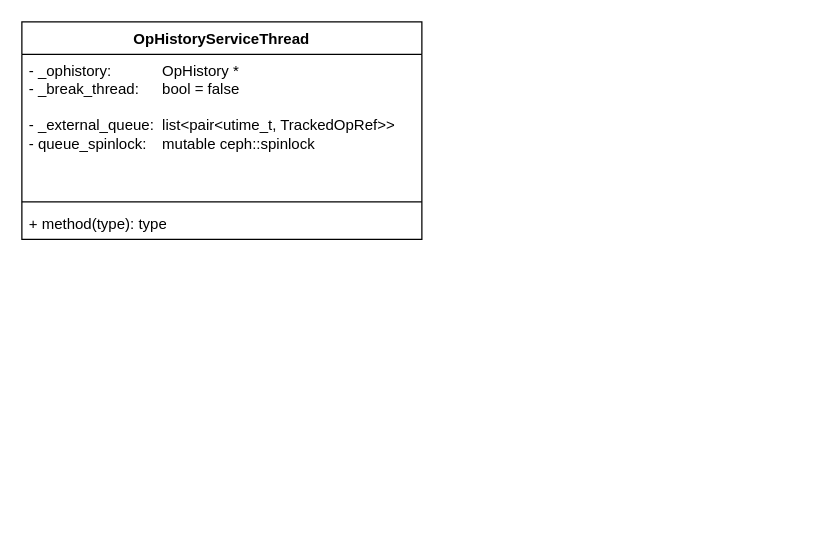
1253757553/drawIO keeps this draw.io diagram as OpTracker.drawio. Above is the earlier version. Source tidied: cells renumbered, new cells numbered last; positions are measured from the earlier drawing's top-left corner, leaving out a move shared by most shapes. Both pictures are drawn from the tidied source at 125%, with x=0, y=0 at pixel (21, 21).
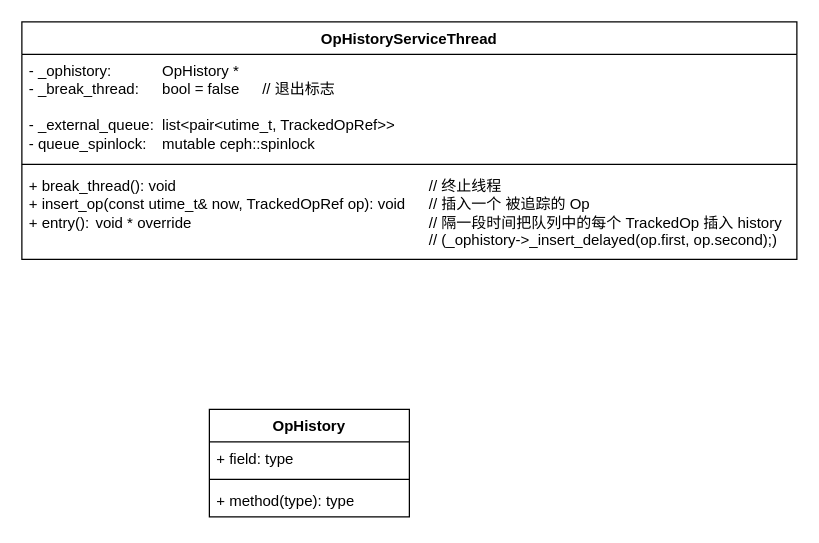
The same page after the edit.

Diff of the diagram source:
```diff
@@
 <mxGraphModel>
   <root>
     <mxCell id="0" />
     <mxCell id="1" parent="0" />
     <mxCell id="2" value="OpHistoryServiceThread" style="swimlane;fontStyle=1;align=center;verticalAlign=top;horizontal=1;startSize=26;whiteSpace=wrap;html=1;" parent="1" vertex="1">
-      <mxGeometry width="320" height="174" as="geometry" />
+      <mxGeometry width="620" height="190" as="geometry" />
     </mxCell>
-    <mxCell id="3" value="- _ophistory: &lt;span style=&quot;white-space: pre;&quot;&gt;&#9;&lt;/span&gt;&lt;span style=&quot;white-space: pre;&quot;&gt;&#9;&lt;/span&gt;OpHistory *&lt;div&gt;-&amp;nbsp;_break_thread: &lt;span style=&quot;white-space: pre;&quot;&gt;&#9;&lt;/span&gt;bool = false&lt;/div&gt;&lt;div&gt;&lt;br&gt;&lt;/div&gt;&lt;div&gt;-&amp;nbsp;_external_queue:&amp;nbsp;&lt;span style=&quot;white-space: pre;&quot;&gt;&#9;&lt;/span&gt;list&amp;lt;pair&amp;lt;utime_t, TrackedOpRef&amp;gt;&amp;gt;&lt;/div&gt;&lt;div&gt;-&amp;nbsp;queue_spinlock:&amp;nbsp;&lt;span style=&quot;white-space: pre;&quot;&gt;&#9;&lt;/span&gt;mutable ceph::spinlock&lt;/div&gt;" style="text;strokeColor=none;fillColor=none;align=left;verticalAlign=top;spacingLeft=4;spacingRight=4;overflow=hidden;whiteSpace=wrap;html=1;" parent="2" vertex="1">
-      <mxGeometry y="26" width="320" height="114" as="geometry" />
+    <mxCell id="3" value="- _ophistory: &lt;span style=&quot;white-space: pre;&quot;&gt;&#9;&lt;/span&gt;&lt;span style=&quot;white-space: pre;&quot;&gt;&#9;&lt;/span&gt;OpHistory *&lt;div&gt;-&amp;nbsp;_break_thread: &lt;span style=&quot;white-space: pre;&quot;&gt;&#9;&lt;/span&gt;bool = false&lt;span style=&quot;white-space: pre;&quot;&gt;&#9;&lt;/span&gt;// 退出标志&lt;/div&gt;&lt;div&gt;&lt;br&gt;&lt;/div&gt;&lt;div&gt;-&amp;nbsp;_external_queue:&amp;nbsp;&lt;span style=&quot;white-space: pre;&quot;&gt;&#9;&lt;/span&gt;list&amp;lt;pair&amp;lt;utime_t, TrackedOpRef&amp;gt;&amp;gt;&lt;/div&gt;&lt;div&gt;-&amp;nbsp;queue_spinlock:&amp;nbsp;&lt;span style=&quot;white-space: pre;&quot;&gt;&#9;&lt;/span&gt;mutable ceph::spinlock&lt;/div&gt;" style="text;strokeColor=none;fillColor=none;align=left;verticalAlign=top;spacingLeft=4;spacingRight=4;overflow=hidden;whiteSpace=wrap;html=1;" parent="2" vertex="1">
+      <mxGeometry y="26" width="620" height="84" as="geometry" />
     </mxCell>
     <mxCell id="4" style="line;strokeWidth=1;fillColor=none;align=left;verticalAlign=middle;spacingTop=-1;spacingLeft=3;spacingRight=3;labelPosition=right;strokeColor=inherit;" parent="2" vertex="1">
-      <mxGeometry y="140" width="320" height="8" as="geometry" />
+      <mxGeometry y="110" width="620" height="8" as="geometry" />
     </mxCell>
-    <mxCell id="5" value="+ method(type): type" style="text;strokeColor=none;fillColor=none;align=left;verticalAlign=top;spacingLeft=4;spacingRight=4;overflow=hidden;whiteSpace=wrap;html=1;" parent="2" vertex="1">
-      <mxGeometry y="148" width="320" height="26" as="geometry" />
+    <mxCell id="5" value="+ break_thread(): void&lt;span style=&quot;white-space: pre;&quot;&gt;&#9;&lt;span style=&quot;white-space: pre;&quot;&gt;&#9;&lt;/span&gt;&lt;span style=&quot;white-space: pre;&quot;&gt;&#9;&lt;/span&gt;&lt;span style=&quot;white-space: pre;&quot;&gt;&#9;&lt;/span&gt;&lt;span style=&quot;white-space: pre;&quot;&gt;&#9;&lt;/span&gt;&lt;span style=&quot;white-space: pre;&quot;&gt;&#9;&lt;/span&gt;&lt;span style=&quot;white-space: pre;&quot;&gt;&#9;&lt;/span&gt;&lt;span style=&quot;white-space: pre;&quot;&gt;&#9;&lt;/span&gt;&lt;/span&gt;// 终止线程&lt;div&gt;+ insert_op(const utime_t&amp;amp; now, TrackedOpRef op): void&lt;span style=&quot;white-space: pre;&quot;&gt;&#9;&lt;/span&gt;// 插入一个 被追踪的 Op&lt;/div&gt;&lt;div&gt;+&amp;nbsp;entry():&lt;span style=&quot;white-space: pre;&quot;&gt;&#9;&lt;/span&gt;&lt;span style=&quot;background-color: initial;&quot;&gt;void *&amp;nbsp;&lt;/span&gt;&lt;span style=&quot;background-color: initial;&quot;&gt;override&lt;span style=&quot;white-space: pre;&quot;&gt;&#9;&lt;span style=&quot;white-space: pre;&quot;&gt;&#9;&lt;/span&gt;&lt;span style=&quot;white-space: pre;&quot;&gt;&#9;&lt;/span&gt;&lt;span style=&quot;white-space: pre;&quot;&gt;&#9;&lt;/span&gt;&lt;span style=&quot;white-space: pre;&quot;&gt;&#9;&lt;/span&gt;&lt;span style=&quot;white-space: pre;&quot;&gt;&#9;&lt;/span&gt;&lt;span style=&quot;white-space: pre;&quot;&gt;&#9;&lt;/span&gt;&lt;span style=&quot;white-space: pre;&quot;&gt;&#9;&lt;/span&gt;&lt;/span&gt;// 隔一段时间把队列中的每个&amp;nbsp;&lt;/span&gt;&lt;span style=&quot;background-color: initial;&quot;&gt;TrackedOp 插入 history&amp;nbsp;&lt;/span&gt;&lt;/div&gt;&lt;div&gt;&lt;span style=&quot;background-color: initial;&quot;&gt;&lt;span style=&quot;white-space: pre;&quot;&gt;&#9;&lt;/span&gt;&lt;span style=&quot;white-space: pre;&quot;&gt;&#9;&lt;/span&gt;&lt;span style=&quot;white-space: pre;&quot;&gt;&#9;&lt;/span&gt;&lt;span style=&quot;white-space: pre;&quot;&gt;&#9;&lt;/span&gt;&lt;span style=&quot;white-space: pre;&quot;&gt;&#9;&lt;/span&gt;&lt;span style=&quot;white-space: pre;&quot;&gt;&#9;&lt;/span&gt;&lt;span style=&quot;white-space: pre;&quot;&gt;&#9;&lt;/span&gt;&lt;span style=&quot;white-space: pre;&quot;&gt;&#9;&lt;/span&gt;&lt;span style=&quot;white-space: pre;&quot;&gt;&#9;&lt;/span&gt;&lt;span style=&quot;white-space: pre;&quot;&gt;&#9;&lt;/span&gt;&lt;span style=&quot;white-space: pre;&quot;&gt;&#9;&lt;/span&gt;&lt;span style=&quot;white-space: pre;&quot;&gt;&#9;&lt;/span&gt;// (&lt;/span&gt;&lt;span style=&quot;background-color: initial;&quot;&gt;_ophistory-&amp;gt;_insert_delayed(op.first, op.second);)&lt;/span&gt;&lt;/div&gt;" style="text;strokeColor=none;fillColor=none;align=left;verticalAlign=top;spacingLeft=4;spacingRight=4;overflow=hidden;whiteSpace=wrap;html=1;" parent="2" vertex="1">
+      <mxGeometry y="118" width="620" height="72" as="geometry" />
     </mxCell>
+    <mxCell id="6" value="OpHistory" style="swimlane;fontStyle=1;align=center;verticalAlign=top;horizontal=1;startSize=26;whiteSpace=wrap;html=1;" parent="1" vertex="1">
+      <mxGeometry x="150" y="310" width="160" height="86" as="geometry" />
+    </mxCell>
+    <mxCell id="7" value="+ field: type" style="text;strokeColor=none;fillColor=none;align=left;verticalAlign=top;spacingLeft=4;spacingRight=4;overflow=hidden;whiteSpace=wrap;html=1;" parent="6" vertex="1">
+      <mxGeometry y="26" width="160" height="26" as="geometry" />
+    </mxCell>
+    <mxCell id="8" style="line;strokeWidth=1;fillColor=none;align=left;verticalAlign=middle;spacingTop=-1;spacingLeft=3;spacingRight=3;labelPosition=right;strokeColor=inherit;" parent="6" vertex="1">
+      <mxGeometry y="52" width="160" height="8" as="geometry" />
+    </mxCell>
+    <mxCell id="9" value="+ method(type): type" style="text;strokeColor=none;fillColor=none;align=left;verticalAlign=top;spacingLeft=4;spacingRight=4;overflow=hidden;whiteSpace=wrap;html=1;" parent="6" vertex="1">
+      <mxGeometry y="60" width="160" height="26" as="geometry" />
+    </mxCell>
   </root>
 </mxGraphModel>
```
